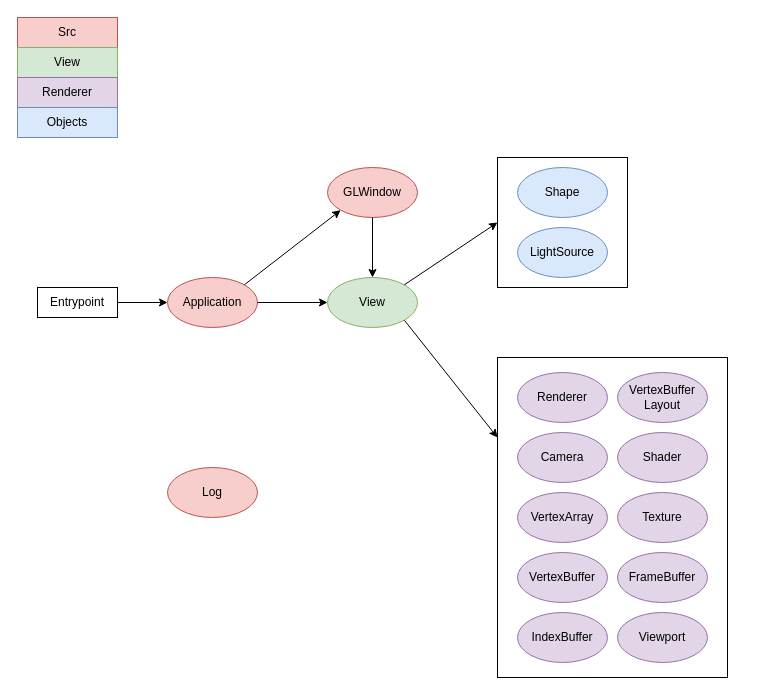
The draw.io diagram docs/architecture.drawio in juha-hovi/Jam3D, before the edit. Source tidied: cells renumbered, new cells numbered last; positions are measured from the earlier drawing's top-left corner, leaving out a move shared by most shapes. Both pictures are drawn from the tidied source at 100%, with x=0, y=0 at pixel (17, 17).
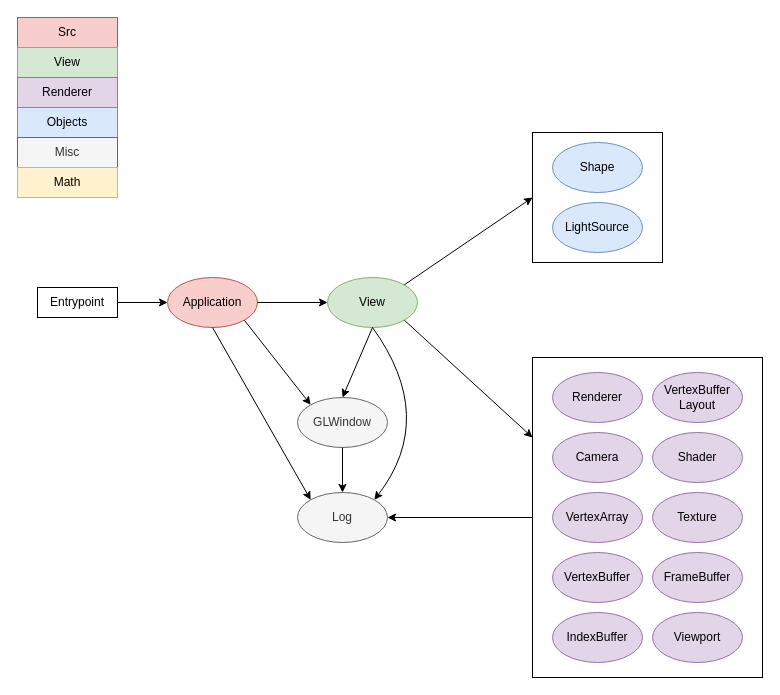
The same page after the edit.

Unchanged cells that the change refers to:
```xml
<mxCell id="6" value="Application" style="ellipse;whiteSpace=wrap;html=1;fillColor=#f8cecc;strokeColor=#b85450;" parent="1" vertex="1">
  <mxGeometry x="150" y="260" width="90" height="50" as="geometry" />
</mxCell>
<mxCell id="7" value="View" style="ellipse;whiteSpace=wrap;html=1;fillColor=#d5e8d4;strokeColor=#82b366;" parent="1" vertex="1">
  <mxGeometry x="310" y="260" width="90" height="50" as="geometry" />
</mxCell>
```

Diff of the diagram source:
```diff
@@
     <mxCell id="2" style="rounded=0;whiteSpace=wrap;html=1;" parent="1" vertex="1">
-      <mxGeometry x="480" y="140" width="130" height="130" as="geometry" />
+      <mxGeometry x="515" y="115" width="130" height="130" as="geometry" />
     </mxCell>
     <mxCell id="3" style="rounded=0;whiteSpace=wrap;html=1;" parent="1" vertex="1">
-      <mxGeometry x="480" y="340" width="230" height="320" as="geometry" />
+      <mxGeometry x="515" y="340" width="230" height="320" as="geometry" />
     </mxCell>
@@
-    <mxCell id="5" value="Log" style="ellipse;whiteSpace=wrap;html=1;fillColor=#f8cecc;strokeColor=#b85450;" parent="1" vertex="1">
-      <mxGeometry x="150" y="450" width="90" height="50" as="geometry" />
+    <mxCell id="5" value="Log" style="ellipse;whiteSpace=wrap;html=1;fillColor=#f5f5f5;strokeColor=#666666;fontColor=#333333;" parent="1" vertex="1">
+      <mxGeometry x="280" y="475" width="90" height="50" as="geometry" />
     </mxCell>
@@
-    <mxCell id="8" value="GLWindow" style="ellipse;whiteSpace=wrap;html=1;fillColor=#f8cecc;strokeColor=#b85450;" parent="1" vertex="1">
-      <mxGeometry x="310" y="150" width="90" height="50" as="geometry" />
+    <mxCell id="8" value="GLWindow" style="ellipse;whiteSpace=wrap;html=1;fillColor=#f5f5f5;strokeColor=#666666;fontColor=#333333;" parent="1" vertex="1">
+      <mxGeometry x="280" y="380" width="90" height="50" as="geometry" />
     </mxCell>
-    <mxCell id="9" style="endArrow=classic;html=1;entryX=0;entryY=1;entryDx=0;entryDy=0;exitX=1;exitY=0;exitDx=0;exitDy=0;" parent="1" edge="1" source="6" target="8">
+    <mxCell id="9" style="endArrow=classic;html=1;entryX=0;entryY=0;entryDx=0;entryDy=0;exitX=1;exitY=1;exitDx=0;exitDy=0;" parent="1" edge="1" source="6" target="8">
       <mxGeometry relative="1" as="geometry" />
     </mxCell>
     <mxCell id="10" value="Renderer" style="ellipse;whiteSpace=wrap;html=1;fillColor=#e1d5e7;strokeColor=#9673a6;" parent="1" vertex="1">
-      <mxGeometry x="500" y="355" width="90" height="50" as="geometry" />
+      <mxGeometry x="535" y="355" width="90" height="50" as="geometry" />
     </mxCell>
     <mxCell id="11" value="Viewport" style="ellipse;whiteSpace=wrap;html=1;fillColor=#e1d5e7;strokeColor=#9673a6;" parent="1" vertex="1">
-      <mxGeometry x="600" y="595" width="90" height="50" as="geometry" />
+      <mxGeometry x="635" y="595" width="90" height="50" as="geometry" />
     </mxCell>
     <mxCell id="12" value="Camera" style="ellipse;whiteSpace=wrap;html=1;fillColor=#e1d5e7;strokeColor=#9673a6;" parent="1" vertex="1">
-      <mxGeometry x="500" y="415" width="90" height="50" as="geometry" />
+      <mxGeometry x="535" y="415" width="90" height="50" as="geometry" />
     </mxCell>
     <mxCell id="13" value="VertexArray" style="ellipse;whiteSpace=wrap;html=1;fillColor=#e1d5e7;strokeColor=#9673a6;" parent="1" vertex="1">
-      <mxGeometry x="500" y="475" width="90" height="50" as="geometry" />
+      <mxGeometry x="535" y="475" width="90" height="50" as="geometry" />
     </mxCell>
     <mxCell id="14" value="VertexBuffer" style="ellipse;whiteSpace=wrap;html=1;fillColor=#e1d5e7;strokeColor=#9673a6;" parent="1" vertex="1">
-      <mxGeometry x="500" y="535" width="90" height="50" as="geometry" />
+      <mxGeometry x="535" y="535" width="90" height="50" as="geometry" />
     </mxCell>
     <mxCell id="15" value="IndexBuffer" style="ellipse;whiteSpace=wrap;html=1;fillColor=#e1d5e7;strokeColor=#9673a6;" parent="1" vertex="1">
-      <mxGeometry x="500" y="595" width="90" height="50" as="geometry" />
+      <mxGeometry x="535" y="595" width="90" height="50" as="geometry" />
     </mxCell>
     <mxCell id="16" value="VertexBuffer&lt;br&gt;Layout" style="ellipse;whiteSpace=wrap;html=1;fillColor=#e1d5e7;strokeColor=#9673a6;" parent="1" vertex="1">
-      <mxGeometry x="600" y="355" width="90" height="50" as="geometry" />
+      <mxGeometry x="635" y="355" width="90" height="50" as="geometry" />
     </mxCell>
     <mxCell id="17" value="Shader" style="ellipse;whiteSpace=wrap;html=1;fillColor=#e1d5e7;strokeColor=#9673a6;" parent="1" vertex="1">
-      <mxGeometry x="600" y="415" width="90" height="50" as="geometry" />
+      <mxGeometry x="635" y="415" width="90" height="50" as="geometry" />
     </mxCell>
     <mxCell id="18" value="Texture" style="ellipse;whiteSpace=wrap;html=1;fillColor=#e1d5e7;strokeColor=#9673a6;" parent="1" vertex="1">
-      <mxGeometry x="600" y="475" width="90" height="50" as="geometry" />
+      <mxGeometry x="635" y="475" width="90" height="50" as="geometry" />
     </mxCell>
     <mxCell id="19" value="FrameBuffer" style="ellipse;whiteSpace=wrap;html=1;fillColor=#e1d5e7;strokeColor=#9673a6;" parent="1" vertex="1">
-      <mxGeometry x="600" y="535" width="90" height="50" as="geometry" />
+      <mxGeometry x="635" y="535" width="90" height="50" as="geometry" />
     </mxCell>
     <mxCell id="20" value="Shape" style="ellipse;whiteSpace=wrap;html=1;fillColor=#dae8fc;strokeColor=#6c8ebf;" parent="1" vertex="1">
-      <mxGeometry x="500" y="150" width="90" height="50" as="geometry" />
+      <mxGeometry x="535" y="125" width="90" height="50" as="geometry" />
     </mxCell>
     <mxCell id="21" value="LightSource" style="ellipse;whiteSpace=wrap;html=1;fillColor=#dae8fc;strokeColor=#6c8ebf;" parent="1" vertex="1">
-      <mxGeometry x="500" y="210" width="90" height="50" as="geometry" />
+      <mxGeometry x="535" y="185" width="90" height="50" as="geometry" />
     </mxCell>
@@
-    <mxCell id="28" style="endArrow=classic;html=1;entryX=0.5;entryY=0;entryDx=0;entryDy=0;exitX=0.5;exitY=1;exitDx=0;exitDy=0;" parent="1" edge="1" source="8" target="7">
+    <mxCell id="28" style="endArrow=classic;html=1;exitX=0.5;exitY=1;exitDx=0;exitDy=0;entryX=0.5;entryY=0;entryDx=0;entryDy=0;" parent="1" edge="1" source="7" target="8">
       <mxGeometry relative="1" as="geometry" />
     </mxCell>
@@
+    <mxCell id="31" value="Misc" style="rounded=0;whiteSpace=wrap;html=1;fillColor=#f5f5f5;strokeColor=#666666;fontColor=#333333;" parent="1" vertex="1">
+      <mxGeometry y="120" width="100" height="30" as="geometry" />
+    </mxCell>
+    <mxCell id="32" value="Math" style="rounded=0;whiteSpace=wrap;html=1;fillColor=#fff2cc;strokeColor=#d6b656;" parent="1" vertex="1">
+      <mxGeometry y="150" width="100" height="30" as="geometry" />
+    </mxCell>
+    <mxCell id="33" style="endArrow=classic;html=1;entryX=1;entryY=0.5;entryDx=0;entryDy=0;exitX=0;exitY=0.5;exitDx=0;exitDy=0;" parent="1" edge="1" source="3" target="5">
+      <mxGeometry relative="1" as="geometry" />
+    </mxCell>
+    <mxCell id="34" style="endArrow=classic;html=1;entryX=0;entryY=0;entryDx=0;entryDy=0;exitX=0.5;exitY=1;exitDx=0;exitDy=0;" parent="1" edge="1" source="6" target="5">
+      <mxGeometry relative="1" as="geometry" />
+    </mxCell>
+    <mxCell id="35" style="endArrow=classic;html=1;exitX=0.5;exitY=1;exitDx=0;exitDy=0;" parent="1" edge="1" source="8" target="5">
+      <mxGeometry relative="1" as="geometry" />
+    </mxCell>
+    <mxCell id="36" style="endArrow=classic;html=1;exitX=0.5;exitY=1;exitDx=0;exitDy=0;entryX=1;entryY=0;entryDx=0;entryDy=0;curved=1;" parent="1" edge="1" source="7" target="5">
+      <mxGeometry relative="1" as="geometry">
+        <Array as="points">
+          <mxPoint x="420" y="400" />
+        </Array>
+      </mxGeometry>
+    </mxCell>
```
